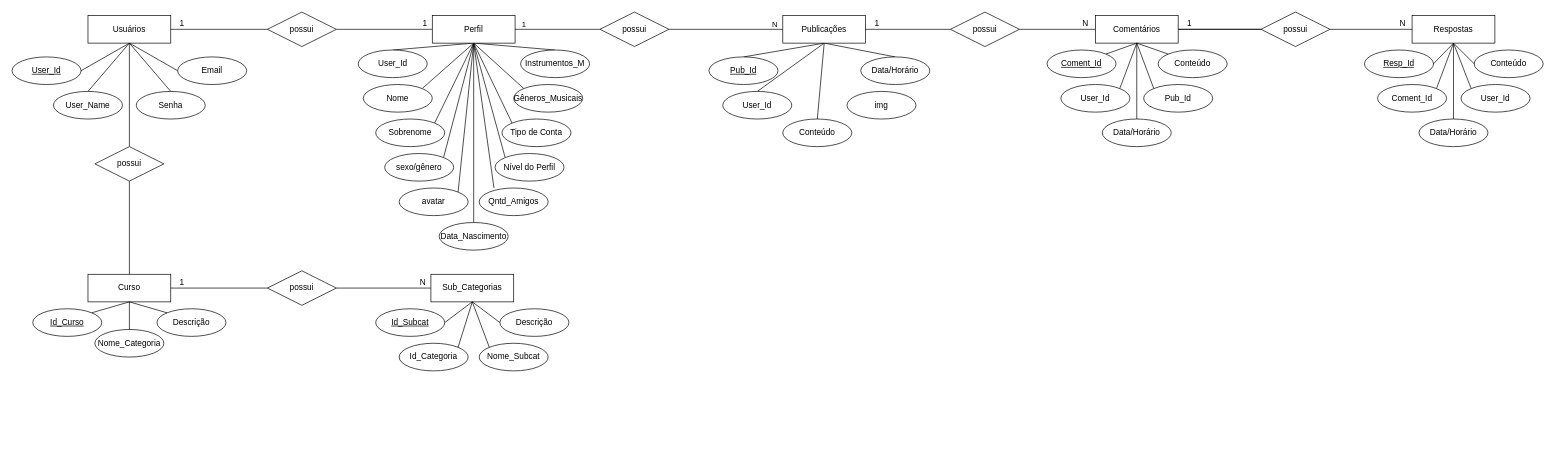
BielAlves1/MusiCon keeps this draw.io diagram as docs/mer_der.drawio. Above is the earlier version. Source tidied: cells renumbered, new cells numbered last; positions are measured from the earlier drawing's top-left corner, leaving out a move shared by most shapes. Both pictures are drawn from the tidied source at 69%, with x=0, y=0 at pixel (12, 12).
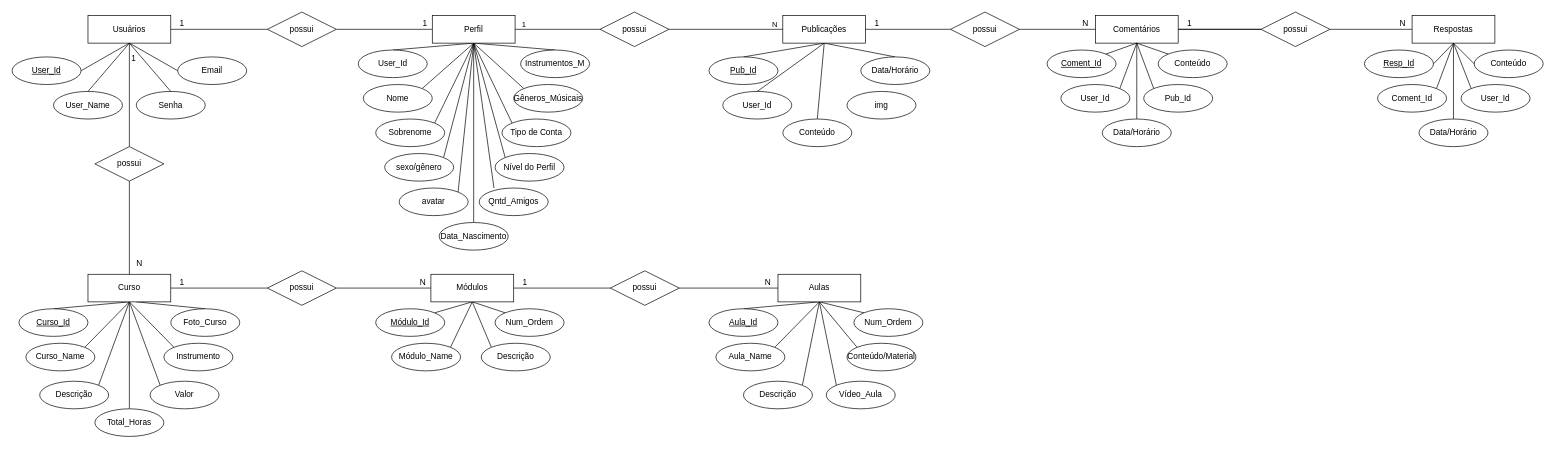
Above is the later version.

Commit message (it also covers changes not shown here):
Mer/Der completo

Unchanged cells that the change refers to:
```xml
<mxCell id="11" value="Curso" style="whiteSpace=wrap;html=1;align=center;" parent="1" vertex="1">
  <mxGeometry x="110" y="380" width="120" height="40" as="geometry" />
</mxCell>
```

What changed in the source:
```diff
@@
+    <mxCell id="110" style="edgeStyle=none;shape=connector;rounded=0;jettySize=auto;html=1;exitX=0.5;exitY=1;exitDx=0;exitDy=0;entryX=0.5;entryY=0;entryDx=0;entryDy=0;labelBackgroundColor=default;strokeColor=default;fontFamily=Helvetica;fontSize=11;fontColor=default;endArrow=none;endFill=0;" parent="1" edge="1" source="11" target="12">
+      <mxGeometry relative="1" as="geometry" />
+    </mxCell>
+    <mxCell id="111" style="edgeStyle=none;shape=connector;rounded=0;jettySize=auto;html=1;exitX=0.5;exitY=1;exitDx=0;exitDy=0;entryX=0.5;entryY=0;entryDx=0;entryDy=0;labelBackgroundColor=default;strokeColor=default;fontFamily=Helvetica;fontSize=11;fontColor=default;endArrow=none;endFill=0;" parent="1" edge="1" target="13">
+      <mxGeometry relative="1" as="geometry">
+        <mxPoint x="180" y="420" as="sourcePoint" />
+      </mxGeometry>
+    </mxCell>
+    <mxCell id="112" style="edgeStyle=none;shape=connector;rounded=0;jettySize=auto;html=1;exitX=0.5;exitY=1;exitDx=0;exitDy=0;entryX=0.5;entryY=0;entryDx=0;entryDy=0;labelBackgroundColor=default;strokeColor=default;fontFamily=Helvetica;fontSize=11;fontColor=default;endArrow=none;endFill=0;" parent="1" edge="1" source="11" target="123">
+      <mxGeometry relative="1" as="geometry" />
+    </mxCell>
+    <mxCell id="113" style="edgeStyle=none;shape=connector;rounded=0;jettySize=auto;html=1;exitX=0.5;exitY=1;exitDx=0;exitDy=0;entryX=1;entryY=0;entryDx=0;entryDy=0;labelBackgroundColor=default;strokeColor=default;fontFamily=Helvetica;fontSize=11;fontColor=default;endArrow=none;endFill=0;" parent="1" edge="1" source="11" target="14">
+      <mxGeometry relative="1" as="geometry" />
+    </mxCell>
+    <mxCell id="114" style="edgeStyle=none;shape=connector;rounded=0;jettySize=auto;html=1;exitX=0.5;exitY=1;exitDx=0;exitDy=0;entryX=1;entryY=0;entryDx=0;entryDy=0;labelBackgroundColor=default;strokeColor=default;fontFamily=Helvetica;fontSize=11;fontColor=default;endArrow=none;endFill=0;" parent="1" edge="1" source="11" target="121">
+      <mxGeometry relative="1" as="geometry" />
+    </mxCell>
+    <mxCell id="115" style="edgeStyle=none;shape=connector;rounded=0;jettySize=auto;html=1;exitX=0.5;exitY=1;exitDx=0;exitDy=0;entryX=0;entryY=0;entryDx=0;entryDy=0;labelBackgroundColor=default;strokeColor=default;fontFamily=Helvetica;fontSize=11;fontColor=default;endArrow=none;endFill=0;" parent="1" edge="1" source="11" target="122">
+      <mxGeometry relative="1" as="geometry" />
+    </mxCell>
+    <mxCell id="116" style="edgeStyle=none;shape=connector;rounded=0;jettySize=auto;html=1;exitX=0.5;exitY=1;exitDx=0;exitDy=0;entryX=0;entryY=0;entryDx=0;entryDy=0;labelBackgroundColor=default;strokeColor=default;fontFamily=Helvetica;fontSize=11;fontColor=default;endArrow=none;endFill=0;" parent="1" edge="1" source="11" target="124">
+      <mxGeometry relative="1" as="geometry" />
+    </mxCell>
@@
-    <mxCell id="12" value="Id_Curso" style="ellipse;whiteSpace=wrap;html=1;align=center;fontStyle=4;" parent="1" vertex="1">
-      <mxGeometry x="30" y="430" width="100" height="40" as="geometry" />
+    <mxCell id="12" value="Curso_Id" style="ellipse;whiteSpace=wrap;html=1;align=center;fontStyle=4;" parent="1" vertex="1">
+      <mxGeometry x="10" y="430" width="100" height="40" as="geometry" />
     </mxCell>
-    <mxCell id="13" value="Descrição" style="ellipse;whiteSpace=wrap;html=1;align=center;" parent="1" vertex="1">
-      <mxGeometry x="210" y="430" width="100" height="40" as="geometry" />
+    <mxCell id="13" value="&lt;div&gt;Foto_Curso&lt;/div&gt;" style="ellipse;whiteSpace=wrap;html=1;align=center;" parent="1" vertex="1">
+      <mxGeometry x="230" y="430" width="100" height="40" as="geometry" />
     </mxCell>
-    <mxCell id="14" value="Nome_Categoria" style="ellipse;whiteSpace=wrap;html=1;align=center;" parent="1" vertex="1">
-      <mxGeometry x="120" y="460" width="100" height="40" as="geometry" />
+    <mxCell id="14" value="Curso_Name" style="ellipse;whiteSpace=wrap;html=1;align=center;" parent="1" vertex="1">
+      <mxGeometry x="20" y="480" width="100" height="40" as="geometry" />
     </mxCell>
-    <mxCell id="15" style="endArrow=none;html=1;rounded=0;exitX=1;exitY=0;exitDx=0;exitDy=0;entryX=0.5;entryY=1;entryDx=0;entryDy=0;" parent="1" edge="1" source="12" target="11">
-      <mxGeometry relative="1" as="geometry" />
-    </mxCell>
-    <mxCell id="16" style="endArrow=none;html=1;rounded=0;exitX=0.5;exitY=0;exitDx=0;exitDy=0;entryX=0.5;entryY=1;entryDx=0;entryDy=0;" parent="1" edge="1" source="14" target="11">
-      <mxGeometry relative="1" as="geometry" />
-    </mxCell>
-    <mxCell id="17" style="endArrow=none;html=1;rounded=0;exitX=0;exitY=0;exitDx=0;exitDy=0;entryX=0.5;entryY=1;entryDx=0;entryDy=0;" parent="1" edge="1" source="13" target="11">
-      <mxGeometry relative="1" as="geometry" />
-    </mxCell>
+    <mxCell id="117" style="edgeStyle=none;shape=connector;rounded=0;jettySize=auto;html=1;exitX=0.5;exitY=1;exitDx=0;exitDy=0;entryX=1;entryY=0;entryDx=0;entryDy=0;labelBackgroundColor=default;strokeColor=default;fontFamily=Helvetica;fontSize=11;fontColor=default;endArrow=none;endFill=0;" parent="1" edge="1" source="18" target="19">
+      <mxGeometry relative="1" as="geometry" />
+    </mxCell>
+    <mxCell id="118" style="edgeStyle=none;shape=connector;rounded=0;jettySize=auto;html=1;exitX=0.5;exitY=1;exitDx=0;exitDy=0;entryX=0;entryY=0;entryDx=0;entryDy=0;labelBackgroundColor=default;strokeColor=default;fontFamily=Helvetica;fontSize=11;fontColor=default;endArrow=none;endFill=0;" parent="1" edge="1" source="18" target="21">
+      <mxGeometry relative="1" as="geometry" />
+    </mxCell>
+    <mxCell id="119" style="edgeStyle=none;shape=connector;rounded=0;jettySize=auto;html=1;exitX=0.5;exitY=1;exitDx=0;exitDy=0;entryX=1;entryY=0;entryDx=0;entryDy=0;labelBackgroundColor=default;strokeColor=default;fontFamily=Helvetica;fontSize=11;fontColor=default;endArrow=none;endFill=0;" parent="1" edge="1" source="18" target="20">
+      <mxGeometry relative="1" as="geometry" />
+    </mxCell>
+    <mxCell id="120" style="edgeStyle=none;shape=connector;rounded=0;jettySize=auto;html=1;exitX=0.5;exitY=1;exitDx=0;exitDy=0;entryX=0;entryY=0;entryDx=0;entryDy=0;labelBackgroundColor=default;strokeColor=default;fontFamily=Helvetica;fontSize=11;fontColor=default;endArrow=none;endFill=0;" parent="1" edge="1" source="18" target="22">
+      <mxGeometry relative="1" as="geometry" />
+    </mxCell>
-    <mxCell id="18" value="Sub_Categorias" style="whiteSpace=wrap;html=1;align=center;" parent="1" vertex="1">
+    <mxCell id="18" value="Módulos" style="whiteSpace=wrap;html=1;align=center;" parent="1" vertex="1">
       <mxGeometry x="607" y="380" width="120" height="40" as="geometry" />
     </mxCell>
-    <mxCell id="19" value="Id_Subcat" style="ellipse;whiteSpace=wrap;html=1;align=center;fontStyle=4;" parent="1" vertex="1">
+    <mxCell id="19" value="Módulo_Id" style="ellipse;whiteSpace=wrap;html=1;align=center;fontStyle=4;" parent="1" vertex="1">
       <mxGeometry x="527" y="430" width="100" height="40" as="geometry" />
     </mxCell>
-    <mxCell id="20" value="Id_Categoria" style="ellipse;whiteSpace=wrap;html=1;align=center;" parent="1" vertex="1">
-      <mxGeometry x="561" y="480" width="100" height="40" as="geometry" />
+    <mxCell id="20" value="Módulo_Name" style="ellipse;whiteSpace=wrap;html=1;align=center;" parent="1" vertex="1">
+      <mxGeometry x="550" y="480" width="100" height="40" as="geometry" />
     </mxCell>
-    <mxCell id="21" value="Nome_Subcat" style="ellipse;whiteSpace=wrap;html=1;align=center;" parent="1" vertex="1">
-      <mxGeometry x="677" y="480" width="100" height="40" as="geometry" />
+    <mxCell id="21" value="Num_Ordem" style="ellipse;whiteSpace=wrap;html=1;align=center;" parent="1" vertex="1">
+      <mxGeometry x="700" y="430" width="100" height="40" as="geometry" />
     </mxCell>
     <mxCell id="22" value="Descrição" style="ellipse;whiteSpace=wrap;html=1;align=center;" parent="1" vertex="1">
-      <mxGeometry x="707" y="430" width="100" height="40" as="geometry" />
+      <mxGeometry x="680" y="480" width="100" height="40" as="geometry" />
     </mxCell>
-    <mxCell id="23" style="endArrow=none;html=1;rounded=0;exitX=1;exitY=0.5;exitDx=0;exitDy=0;entryX=0.5;entryY=1;entryDx=0;entryDy=0;" parent="1" edge="1" source="19" target="18">
-      <mxGeometry relative="1" as="geometry" />
-    </mxCell>
-    <mxCell id="24" style="endArrow=none;html=1;rounded=0;exitX=1;exitY=0;exitDx=0;exitDy=0;entryX=0.5;entryY=1;entryDx=0;entryDy=0;" parent="1" edge="1" source="20" target="18">
-      <mxGeometry relative="1" as="geometry" />
-    </mxCell>
-    <mxCell id="25" style="endArrow=none;html=1;rounded=0;exitX=0;exitY=0;exitDx=0;exitDy=0;entryX=0.5;entryY=1;entryDx=0;entryDy=0;" parent="1" edge="1" source="21" target="18">
-      <mxGeometry relative="1" as="geometry" />
-    </mxCell>
-    <mxCell id="26" style="endArrow=none;html=1;rounded=0;exitX=0;exitY=0.5;exitDx=0;exitDy=0;entryX=0.5;entryY=1;entryDx=0;entryDy=0;" parent="1" edge="1" source="22" target="18">
-      <mxGeometry relative="1" as="geometry" />
-    </mxCell>
@@
-    <mxCell id="96" value="Gêneros_Musicais" style="ellipse;whiteSpace=wrap;html=1;align=center;direction=west;" parent="1" vertex="1">
+    <mxCell id="96" value="Gêneros_Músicais" style="ellipse;whiteSpace=wrap;html=1;align=center;direction=west;" parent="1" vertex="1">
       <mxGeometry x="727" y="105" width="100" height="40" as="geometry" />
     </mxCell>
@@
+    <mxCell id="121" value="Descrição" style="ellipse;whiteSpace=wrap;html=1;align=center;" parent="1" vertex="1">
+      <mxGeometry x="40" y="535" width="100" height="40" as="geometry" />
+    </mxCell>
+    <mxCell id="122" value="Instrumento" style="ellipse;whiteSpace=wrap;html=1;align=center;" parent="1" vertex="1">
+      <mxGeometry x="220" y="480" width="100" height="40" as="geometry" />
+    </mxCell>
+    <mxCell id="123" value="Total_Horas" style="ellipse;whiteSpace=wrap;html=1;align=center;" parent="1" vertex="1">
+      <mxGeometry x="120" y="575" width="100" height="40" as="geometry" />
+    </mxCell>
+    <mxCell id="124" value="Valor" style="ellipse;whiteSpace=wrap;html=1;align=center;" parent="1" vertex="1">
+      <mxGeometry x="200" y="535" width="100" height="40" as="geometry" />
+    </mxCell>
+    <mxCell id="125" style="edgeStyle=none;shape=connector;rounded=0;jettySize=auto;html=1;exitX=0.5;exitY=1;exitDx=0;exitDy=0;entryX=0.5;entryY=0;entryDx=0;entryDy=0;labelBackgroundColor=default;strokeColor=default;fontFamily=Helvetica;fontSize=11;fontColor=default;endArrow=none;endFill=0;" parent="1" edge="1" source="132" target="133">
+      <mxGeometry relative="1" as="geometry" />
+    </mxCell>
+    <mxCell id="126" style="edgeStyle=none;shape=connector;rounded=0;jettySize=auto;html=1;exitX=0.5;exitY=1;exitDx=0;exitDy=0;entryX=1;entryY=0;entryDx=0;entryDy=0;labelBackgroundColor=default;strokeColor=default;fontFamily=Helvetica;fontSize=11;fontColor=default;endArrow=none;endFill=0;" parent="1" edge="1" source="132" target="134">
+      <mxGeometry relative="1" as="geometry" />
+    </mxCell>
+    <mxCell id="127" style="edgeStyle=none;shape=connector;rounded=0;jettySize=auto;html=1;exitX=0.5;exitY=1;exitDx=0;exitDy=0;entryX=1;entryY=0;entryDx=0;entryDy=0;labelBackgroundColor=default;strokeColor=default;fontFamily=Helvetica;fontSize=11;fontColor=default;endArrow=none;endFill=0;" parent="1" edge="1" source="132" target="135">
+      <mxGeometry relative="1" as="geometry" />
+    </mxCell>
+    <mxCell id="128" style="edgeStyle=none;shape=connector;rounded=0;jettySize=auto;html=1;exitX=0.5;exitY=1;exitDx=0;exitDy=0;entryX=0;entryY=0;entryDx=0;entryDy=0;labelBackgroundColor=default;strokeColor=default;fontFamily=Helvetica;fontSize=11;fontColor=default;endArrow=none;endFill=0;" parent="1" edge="1" source="132" target="136">
+      <mxGeometry relative="1" as="geometry" />
+    </mxCell>
+    <mxCell id="129" style="edgeStyle=none;shape=connector;rounded=0;jettySize=auto;html=1;exitX=0.5;exitY=1;exitDx=0;exitDy=0;entryX=0;entryY=0;entryDx=0;entryDy=0;labelBackgroundColor=default;strokeColor=default;fontFamily=Helvetica;fontSize=11;fontColor=default;endArrow=none;endFill=0;" parent="1" edge="1" source="132" target="138">
+      <mxGeometry relative="1" as="geometry" />
+    </mxCell>
+    <mxCell id="130" style="edgeStyle=none;shape=connector;rounded=0;jettySize=auto;html=1;exitX=0;exitY=0.5;exitDx=0;exitDy=0;entryX=1;entryY=0.5;entryDx=0;entryDy=0;labelBackgroundColor=default;strokeColor=default;fontFamily=Helvetica;fontSize=11;fontColor=default;endArrow=none;endFill=0;" parent="1" edge="1" source="132" target="139">
+      <mxGeometry relative="1" as="geometry" />
+    </mxCell>
+    <mxCell id="131" style="edgeStyle=none;shape=connector;rounded=0;jettySize=auto;html=1;exitX=0.5;exitY=1;exitDx=0;exitDy=0;entryX=0;entryY=0;entryDx=0;entryDy=0;labelBackgroundColor=default;strokeColor=default;fontFamily=Helvetica;fontSize=11;fontColor=default;endArrow=none;endFill=0;" parent="1" edge="1" source="132" target="137">
+      <mxGeometry relative="1" as="geometry" />
+    </mxCell>
+    <mxCell id="132" value="Aulas" style="whiteSpace=wrap;html=1;align=center;" parent="1" vertex="1">
+      <mxGeometry x="1110" y="380" width="120" height="40" as="geometry" />
+    </mxCell>
+    <mxCell id="133" value="Aula_Id" style="ellipse;whiteSpace=wrap;html=1;align=center;fontStyle=4;" parent="1" vertex="1">
+      <mxGeometry x="1010" y="430" width="100" height="40" as="geometry" />
+    </mxCell>
+    <mxCell id="134" value="Aula_Name" style="ellipse;whiteSpace=wrap;html=1;align=center;" parent="1" vertex="1">
+      <mxGeometry x="1020" y="480" width="100" height="40" as="geometry" />
+    </mxCell>
+    <mxCell id="135" value="Descrição" style="ellipse;whiteSpace=wrap;html=1;align=center;" parent="1" vertex="1">
+      <mxGeometry x="1060" y="535" width="100" height="40" as="geometry" />
+    </mxCell>
+    <mxCell id="136" value="Num_Ordem" style="ellipse;whiteSpace=wrap;html=1;align=center;" parent="1" vertex="1">
+      <mxGeometry x="1220" y="430" width="100" height="40" as="geometry" />
+    </mxCell>
+    <mxCell id="137" value="Vídeo_Aula" style="ellipse;whiteSpace=wrap;html=1;align=center;" parent="1" vertex="1">
+      <mxGeometry x="1180" y="535" width="100" height="40" as="geometry" />
+    </mxCell>
+    <mxCell id="138" value="Conteúdo/Material" style="ellipse;whiteSpace=wrap;html=1;align=center;" parent="1" vertex="1">
+      <mxGeometry x="1210" y="480" width="100" height="40" as="geometry" />
+    </mxCell>
+    <mxCell id="139" value="possui" style="shape=rhombus;perimeter=rhombusPerimeter;whiteSpace=wrap;html=1;align=center;" parent="1" vertex="1">
+      <mxGeometry x="867" y="375" width="100" height="50" as="geometry" />
+    </mxCell>
+    <mxCell id="140" style="endArrow=none;html=1;rounded=0;entryX=1;entryY=0.5;entryDx=0;entryDy=0;exitX=0;exitY=0.5;exitDx=0;exitDy=0;" parent="1" edge="1" source="139">
+      <mxGeometry relative="1" as="geometry">
+        <mxPoint x="727" y="400" as="targetPoint" />
+      </mxGeometry>
+    </mxCell>
+    <mxCell id="141" value="1" style="html=1;align=right;verticalAlign=bottom;" parent="140" vertex="1">
+      <mxGeometry x="1" relative="1" as="geometry">
+        <mxPoint x="20" as="offset" />
+      </mxGeometry>
+    </mxCell>
+    <mxCell id="142" value="N" style="html=1;align=right;verticalAlign=bottom;" parent="1" vertex="1">
+      <mxGeometry x="1100" y="400" as="geometry" />
+    </mxCell>
+    <mxCell id="143" value="N" style="html=1;align=right;verticalAlign=bottom;" parent="1" vertex="1">
+      <mxGeometry x="627" y="420" as="geometry">
+        <mxPoint x="-438" y="-48" as="offset" />
+      </mxGeometry>
+    </mxCell>
+    <mxCell id="144" value="1" style="html=1;align=right;verticalAlign=bottom;" parent="1" vertex="1">
+      <mxGeometry x="180" y="75" as="geometry" />
+    </mxCell>
```
